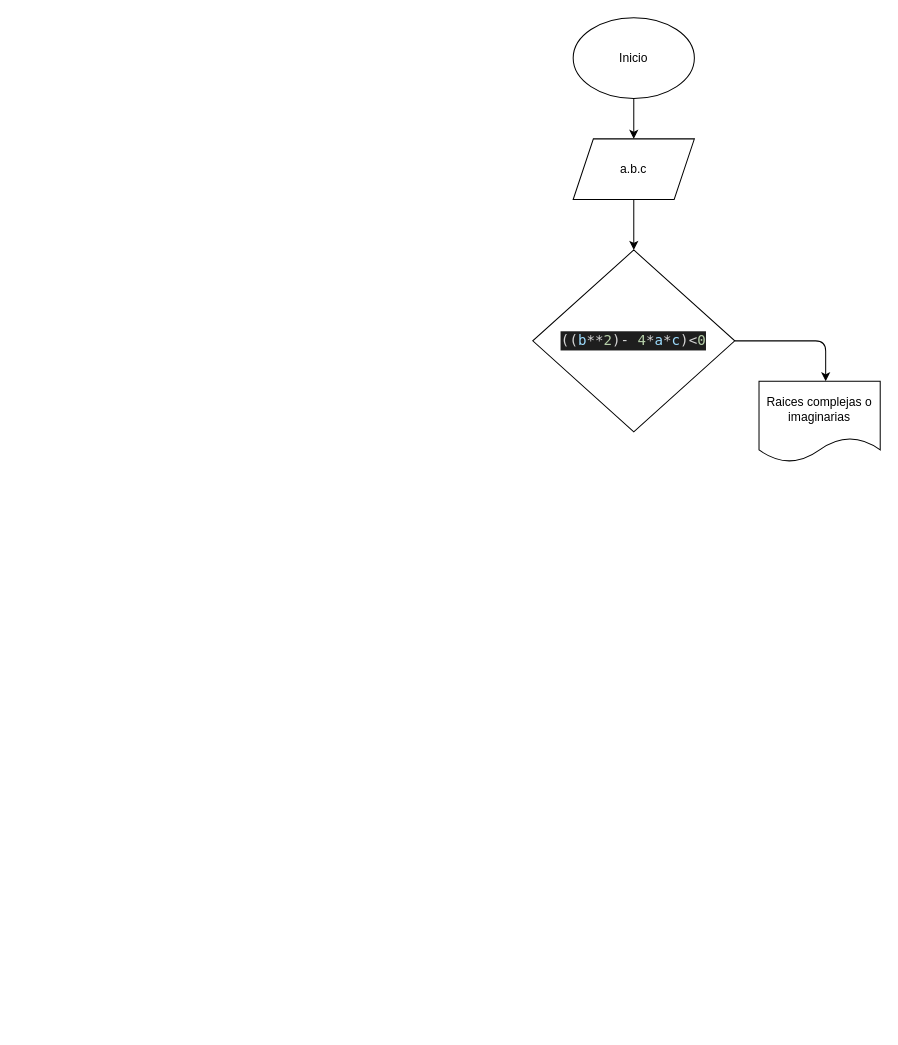
JHONATANGARCIAXD/Taller-1_python keeps this draw.io diagram as ejercicio_6/diagrama.drawio. Above is the earlier version. Source tidied: cells renumbered, new cells numbered last; positions are measured from the earlier drawing's top-left corner, leaving out a move shared by most shapes. Both pictures are drawn from the tidied source at 101%, with x=0, y=0 at pixel (532, 17).
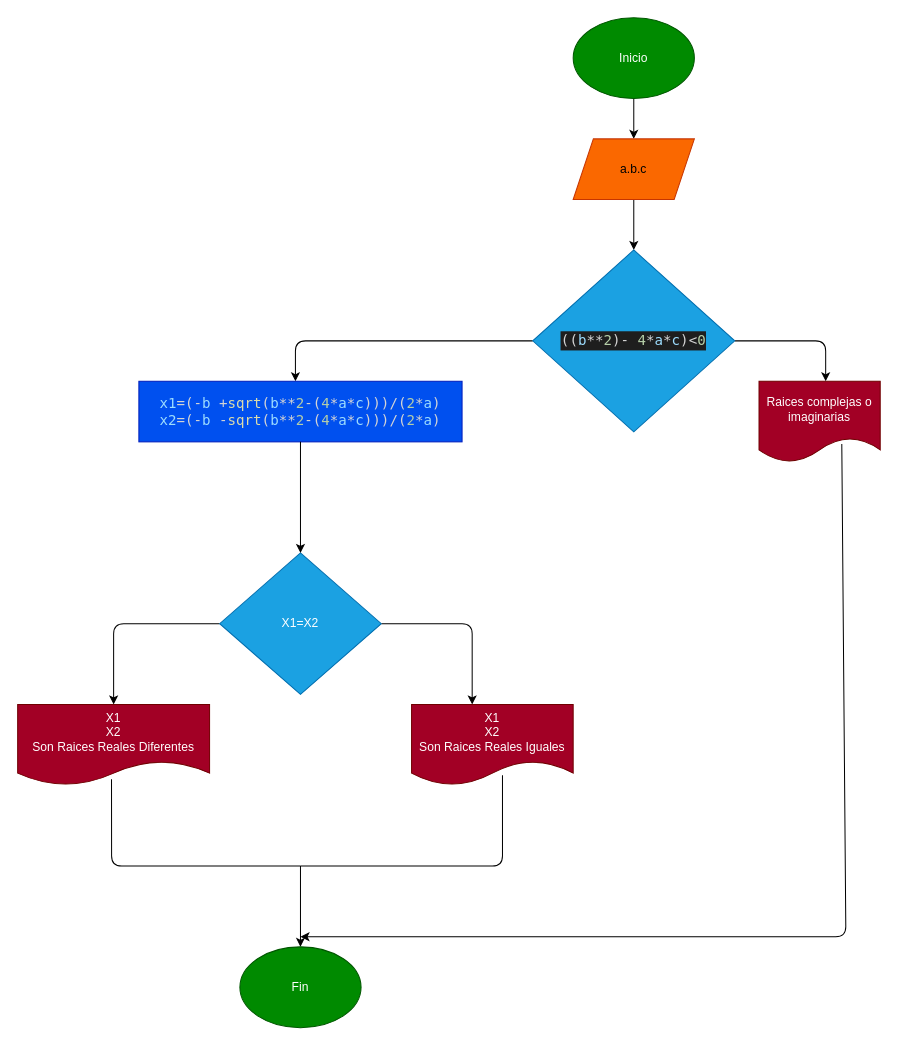
The same page after the edit.

Diff of the diagram source:
```diff
@@
-    <mxCell id="3" value="Inicio" style="ellipse;whiteSpace=wrap;html=1;" parent="1" vertex="1">
+    <mxCell id="3" value="Inicio" style="ellipse;whiteSpace=wrap;html=1;fillColor=#008a00;fontColor=#ffffff;strokeColor=#005700;" parent="1" vertex="1">
       <mxGeometry x="40" width="120" height="80" as="geometry" />
     </mxCell>
@@
-    <mxCell id="5" value="a.b.c" style="shape=parallelogram;perimeter=parallelogramPerimeter;whiteSpace=wrap;html=1;fixedSize=1;" parent="1" vertex="1">
+    <mxCell id="5" value="a.b.c" style="shape=parallelogram;perimeter=parallelogramPerimeter;whiteSpace=wrap;html=1;fixedSize=1;fillColor=#fa6800;fontColor=#000000;strokeColor=#C73500;" parent="1" vertex="1">
       <mxGeometry x="40" y="120" width="120" height="60" as="geometry" />
     </mxCell>
@@
+    <mxCell id="9" style="edgeStyle=none;html=1;exitX=0;exitY=0.5;exitDx=0;exitDy=0;entryX=0.5;entryY=0;entryDx=0;entryDy=0;" parent="1" edge="1" source="7">
+      <mxGeometry relative="1" as="geometry">
+        <mxPoint x="-235" y="360" as="targetPoint" />
+        <Array as="points">
+          <mxPoint x="-235" y="320" />
+        </Array>
+      </mxGeometry>
+    </mxCell>
-    <mxCell id="7" value="&lt;div style=&quot;color: rgb(212 , 212 , 212) ; background-color: rgb(30 , 30 , 30) ; font-family: &amp;#34;droid sans mono&amp;#34; , &amp;#34;monospace&amp;#34; , monospace ; font-size: 14px ; line-height: 19px&quot;&gt;((&lt;span style=&quot;color: #9cdcfe&quot;&gt;b&lt;/span&gt;**&lt;span style=&quot;color: #b5cea8&quot;&gt;2&lt;/span&gt;)- &lt;span style=&quot;color: #b5cea8&quot;&gt;4&lt;/span&gt;*&lt;span style=&quot;color: #9cdcfe&quot;&gt;a&lt;/span&gt;*&lt;span style=&quot;color: #9cdcfe&quot;&gt;c&lt;/span&gt;)&amp;lt;&lt;span style=&quot;color: #b5cea8&quot;&gt;0&lt;/span&gt;&lt;/div&gt;" style="rhombus;whiteSpace=wrap;html=1;" parent="1" vertex="1">
+    <mxCell id="7" value="&lt;div style=&quot;color: rgb(212 , 212 , 212) ; background-color: rgb(30 , 30 , 30) ; font-family: &amp;#34;droid sans mono&amp;#34; , &amp;#34;monospace&amp;#34; , monospace ; font-size: 14px ; line-height: 19px&quot;&gt;((&lt;span style=&quot;color: #9cdcfe&quot;&gt;b&lt;/span&gt;**&lt;span style=&quot;color: #b5cea8&quot;&gt;2&lt;/span&gt;)- &lt;span style=&quot;color: #b5cea8&quot;&gt;4&lt;/span&gt;*&lt;span style=&quot;color: #9cdcfe&quot;&gt;a&lt;/span&gt;*&lt;span style=&quot;color: #9cdcfe&quot;&gt;c&lt;/span&gt;)&amp;lt;&lt;span style=&quot;color: #b5cea8&quot;&gt;0&lt;/span&gt;&lt;/div&gt;" style="rhombus;whiteSpace=wrap;html=1;fillColor=#1ba1e2;fontColor=#ffffff;strokeColor=#006EAF;" parent="1" vertex="1">
       <mxGeometry y="230" width="200" height="180" as="geometry" />
     </mxCell>
-    <mxCell id="8" value="Raices complejas o imaginarias" style="shape=document;whiteSpace=wrap;html=1;boundedLbl=1;" parent="1" vertex="1">
+    <mxCell id="8" value="Raices complejas o imaginarias" style="shape=document;whiteSpace=wrap;html=1;boundedLbl=1;fillColor=#a20025;fontColor=#ffffff;strokeColor=#6F0000;" parent="1" vertex="1">
       <mxGeometry x="224" y="360" width="120" height="80" as="geometry" />
     </mxCell>
+    <mxCell id="10" value="&lt;div style=&quot;color: rgb(212 , 212 , 212) ; font-family: &amp;#34;droid sans mono&amp;#34; , &amp;#34;monospace&amp;#34; , monospace ; font-size: 14px&quot;&gt;&lt;span style=&quot;color: rgb(156 , 220 , 254)&quot;&gt;x1&lt;/span&gt;=(-&lt;span style=&quot;color: rgb(156 , 220 , 254)&quot;&gt;b&lt;/span&gt;&amp;nbsp;+&lt;span style=&quot;color: rgb(220 , 220 , 170)&quot;&gt;sqrt&lt;/span&gt;(&lt;span style=&quot;color: rgb(156 , 220 , 254)&quot;&gt;b&lt;/span&gt;**&lt;span style=&quot;color: rgb(181 , 206 , 168)&quot;&gt;2&lt;/span&gt;-(&lt;span style=&quot;color: rgb(181 , 206 , 168)&quot;&gt;4&lt;/span&gt;*&lt;span style=&quot;color: rgb(156 , 220 , 254)&quot;&gt;a&lt;/span&gt;*&lt;span style=&quot;color: rgb(156 , 220 , 254)&quot;&gt;c&lt;/span&gt;)))/(&lt;span style=&quot;color: rgb(181 , 206 , 168)&quot;&gt;2&lt;/span&gt;*&lt;span style=&quot;color: rgb(156 , 220 , 254)&quot;&gt;a&lt;/span&gt;)&lt;/div&gt;&lt;div style=&quot;color: rgb(212 , 212 , 212) ; font-family: &amp;#34;droid sans mono&amp;#34; , &amp;#34;monospace&amp;#34; , monospace ; font-size: 14px&quot;&gt;&lt;span style=&quot;color: rgb(156 , 220 , 254)&quot;&gt;x2&lt;/span&gt;=(-&lt;span style=&quot;color: rgb(156 , 220 , 254)&quot;&gt;b&lt;/span&gt;&amp;nbsp;-&lt;span style=&quot;color: rgb(220 , 220 , 170)&quot;&gt;sqrt&lt;/span&gt;(&lt;span style=&quot;color: rgb(156 , 220 , 254)&quot;&gt;b&lt;/span&gt;**&lt;span style=&quot;color: rgb(181 , 206 , 168)&quot;&gt;2&lt;/span&gt;-(&lt;span style=&quot;color: rgb(181 , 206 , 168)&quot;&gt;4&lt;/span&gt;*&lt;span style=&quot;color: rgb(156 , 220 , 254)&quot;&gt;a&lt;/span&gt;*&lt;span style=&quot;color: rgb(156 , 220 , 254)&quot;&gt;c&lt;/span&gt;)))/(&lt;span style=&quot;color: rgb(181 , 206 , 168)&quot;&gt;2&lt;/span&gt;*&lt;span style=&quot;color: rgb(156 , 220 , 254)&quot;&gt;a&lt;/span&gt;)&lt;/div&gt;" style="rounded=0;whiteSpace=wrap;html=1;fillColor=#0050ef;fontColor=#ffffff;strokeColor=#001DBC;" parent="1" vertex="1">
+      <mxGeometry x="-390" y="360" width="320" height="60" as="geometry" />
+    </mxCell>
+    <mxCell id="11" style="edgeStyle=none;html=1;exitX=1;exitY=0.5;exitDx=0;exitDy=0;" parent="1" edge="1" source="13">
+      <mxGeometry relative="1" as="geometry">
+        <mxPoint x="-60" y="680" as="targetPoint" />
+        <Array as="points">
+          <mxPoint x="-60" y="600" />
+        </Array>
+      </mxGeometry>
+    </mxCell>
+    <mxCell id="12" style="edgeStyle=none;html=1;exitX=0;exitY=0.5;exitDx=0;exitDy=0;entryX=0.5;entryY=0;entryDx=0;entryDy=0;" parent="1" edge="1" source="13" target="16">
+      <mxGeometry relative="1" as="geometry">
+        <Array as="points">
+          <mxPoint x="-415" y="600" />
+        </Array>
+      </mxGeometry>
+    </mxCell>
+    <mxCell id="13" value="X1=X2" style="rhombus;whiteSpace=wrap;html=1;fillColor=#1ba1e2;fontColor=#ffffff;strokeColor=#006EAF;" parent="1" vertex="1">
+      <mxGeometry x="-310" y="530" width="160" height="140" as="geometry" />
+    </mxCell>
+    <mxCell id="14" style="endArrow=classic;html=1;entryX=0.5;entryY=0;entryDx=0;entryDy=0;exitX=0.5;exitY=1;exitDx=0;exitDy=0;" parent="1" edge="1" source="10" target="13">
+      <mxGeometry relative="1" as="geometry" />
+    </mxCell>
+    <mxCell id="15" value="X1&lt;br&gt;X2&lt;br&gt;Son Raices Reales Iguales" style="shape=document;whiteSpace=wrap;html=1;boundedLbl=1;fillColor=#a20025;fontColor=#ffffff;strokeColor=#6F0000;" parent="1" vertex="1">
+      <mxGeometry x="-120" y="680" width="160" height="80" as="geometry" />
+    </mxCell>
+    <mxCell id="16" value="X1&lt;br&gt;X2&lt;br&gt;Son Raices Reales Diferentes" style="shape=document;whiteSpace=wrap;html=1;boundedLbl=1;fillColor=#a20025;fontColor=#ffffff;strokeColor=#6F0000;" parent="1" vertex="1">
+      <mxGeometry x="-510" y="680" width="190" height="80" as="geometry" />
+    </mxCell>
+    <mxCell id="17" style="endArrow=none;html=1;exitX=0.489;exitY=0.925;exitDx=0;exitDy=0;exitPerimeter=0;endFill=0;" parent="1" edge="1" source="16">
+      <mxGeometry relative="1" as="geometry">
+        <mxPoint x="-230" y="840" as="targetPoint" />
+        <Array as="points">
+          <mxPoint x="-417" y="840" />
+        </Array>
+      </mxGeometry>
+    </mxCell>
+    <mxCell id="18" style="endArrow=none;html=1;endFill=0;" parent="1" edge="1">
+      <mxGeometry relative="1" as="geometry">
+        <mxPoint x="-30" y="750" as="sourcePoint" />
+        <mxPoint x="-230" y="840" as="targetPoint" />
+        <Array as="points">
+          <mxPoint x="-30" y="840" />
+        </Array>
+      </mxGeometry>
+    </mxCell>
+    <mxCell id="19" style="endArrow=classic;html=1;" parent="1" edge="1">
+      <mxGeometry relative="1" as="geometry">
+        <mxPoint x="-230" y="840" as="sourcePoint" />
+        <mxPoint x="-230" y="920" as="targetPoint" />
+      </mxGeometry>
+    </mxCell>
+    <mxCell id="20" value="Fin" style="ellipse;whiteSpace=wrap;html=1;fillColor=#008a00;fontColor=#ffffff;strokeColor=#005700;" parent="1" vertex="1">
+      <mxGeometry x="-290" y="920" width="120" height="80" as="geometry" />
+    </mxCell>
+    <mxCell id="21" style="endArrow=classic;html=1;exitX=0.683;exitY=0.775;exitDx=0;exitDy=0;exitPerimeter=0;" parent="1" edge="1" source="8">
+      <mxGeometry relative="1" as="geometry">
+        <mxPoint x="-230" y="910" as="targetPoint" />
+        <Array as="points">
+          <mxPoint x="310" y="910" />
+        </Array>
+      </mxGeometry>
+    </mxCell>
```
